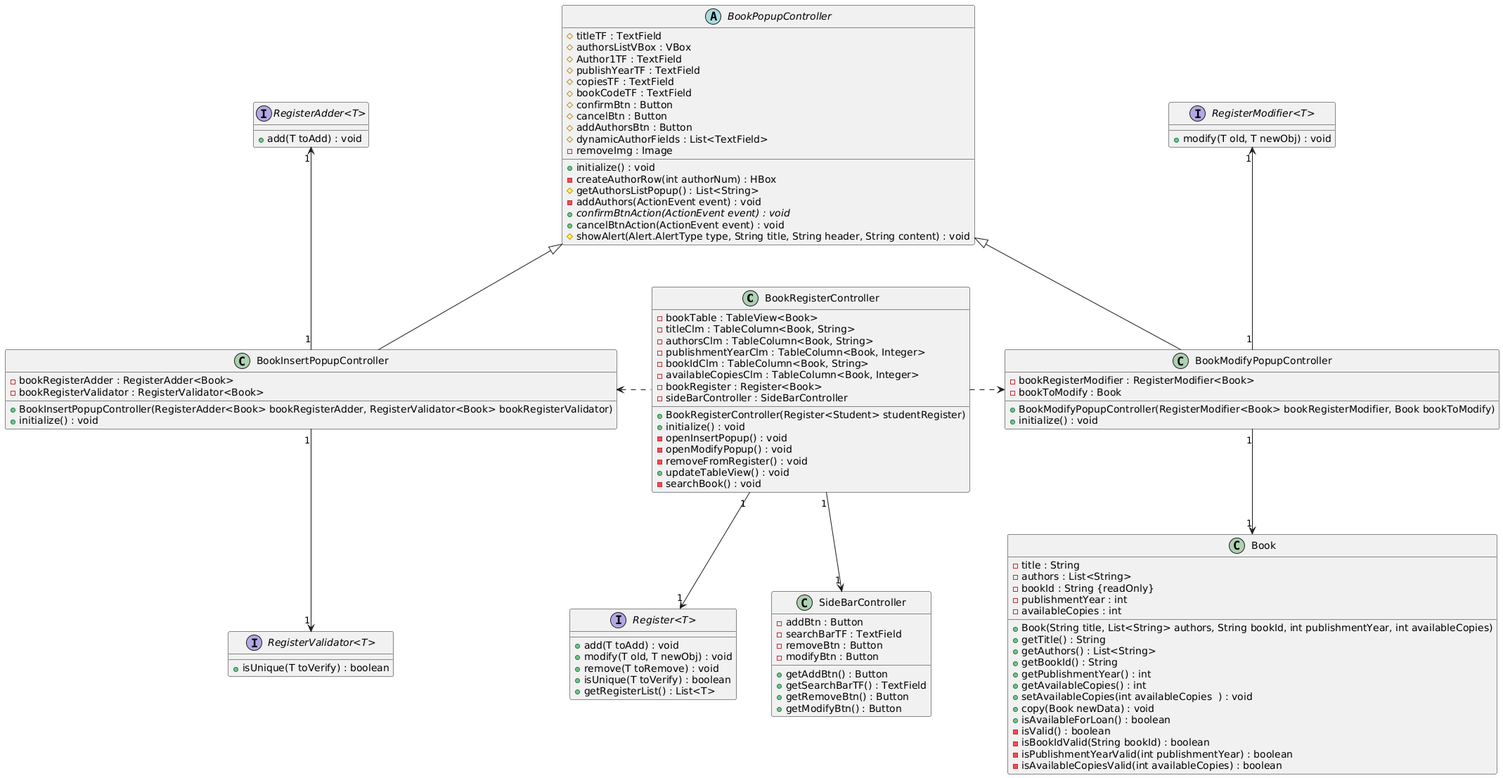
Earlier version of the PlantUML export docs/Class Diagrams/Detailed View/Complete Diagrams/BookRegisterControllerPerspective/BookRegisterControllerPerspective.png (cwke/LibraryManager).
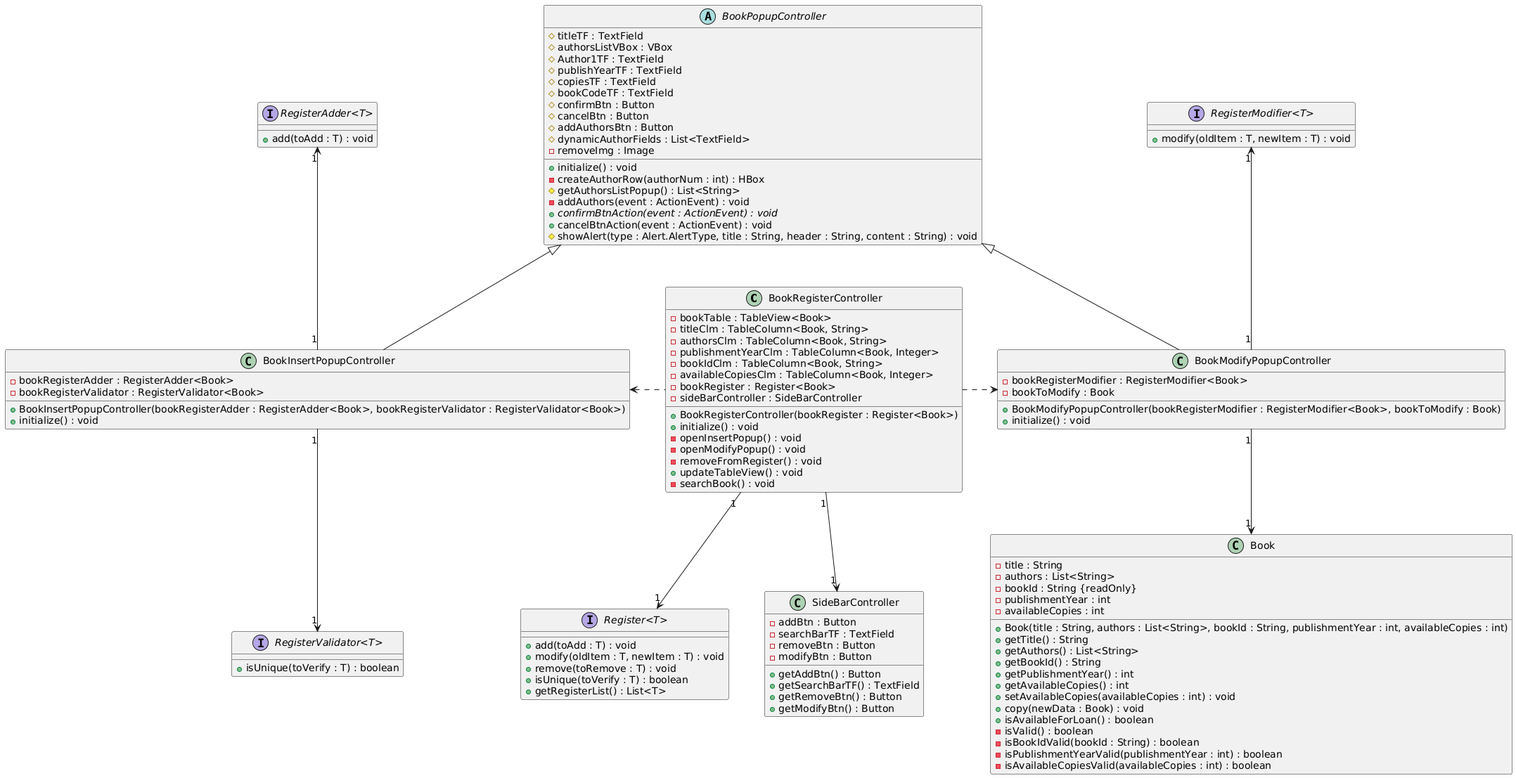
Above is the later version.

The edit, as a diff of the source:
```diff
@@ -17,8 +17,6 @@
 
 
 
-
-
 class Book {
     - title : String
     - authors : List<String>
@@ -26,39 +24,39 @@
     - publishmentYear : int
     - availableCopies : int
 
-    + Book(String title, List<String> authors, String bookId, int publishmentYear, int availableCopies)
+    + Book(title : String, authors : List<String>, bookId : String, publishmentYear : int, availableCopies : int)
     + getTitle() : String
     + getAuthors() : List<String>
     + getBookId() : String
     + getPublishmentYear() : int
     + getAvailableCopies() : int
-    + setAvailableCopies(int availableCopies  ) : void
-    + copy(Book newData) : void
+    + setAvailableCopies(availableCopies : int) : void
+    + copy(newData : Book) : void
     + isAvailableForLoan() : boolean
     - isValid() : boolean
-    - isBookIdValid(String bookId) : boolean
-    - isPublishmentYearValid(int publishmentYear) : boolean
-    - isAvailableCopiesValid(int availableCopies) : boolean
+    - isBookIdValid(bookId : String) : boolean
+    - isPublishmentYearValid(publishmentYear : int) : boolean
+    - isAvailableCopiesValid(availableCopies : int) : boolean
 }
 
 interface "Register<T>" {
-    + add(T toAdd) : void
-    + modify(T old, T newObj) : void
-    + remove(T toRemove) : void
-    + isUnique(T toVerify) : boolean
+    + add(toAdd : T) : void
+    + modify(oldItem : T, newItem : T) : void
+    + remove(toRemove : T) : void
+    + isUnique(toVerify : T) : boolean
     + getRegisterList() : List<T>
 }
 
 interface "RegisterAdder<T>" {
-    + add(T toAdd) : void
+    + add(toAdd : T) : void
 }
 
 interface "RegisterModifier<T>" {
-    + modify(T old, T newObj) : void
+    + modify(oldItem : T, newItem : T) : void
 }
 
 interface "RegisterValidator<T>" {
-    + isUnique(T toVerify) : boolean
+    + isUnique(toVerify : T) : boolean
 }
 
 class SideBarController {
@@ -83,7 +81,7 @@
     - bookRegister : Register<Book>
     - sideBarController : SideBarController
 
-    + BookRegisterController(Register<Student> studentRegister)
+    + BookRegisterController(bookRegister : Register<Book>)
     + initialize() : void
     - openInsertPopup() : void
     - openModifyPopup() : void
@@ -106,19 +104,19 @@
     - removeImg : Image
 
     + initialize() : void
-    - createAuthorRow(int authorNum) : HBox
+    - createAuthorRow(authorNum : int) : HBox
     # getAuthorsListPopup() : List<String>
-    - addAuthors(ActionEvent event) : void
-    + {abstract} confirmBtnAction(ActionEvent event) : void
-    + cancelBtnAction(ActionEvent event) : void
-    # showAlert(Alert.AlertType type, String title, String header, String content) : void
+    - addAuthors(event : ActionEvent) : void
+    + {abstract} confirmBtnAction(event : ActionEvent) : void
+    + cancelBtnAction(event : ActionEvent) : void
+    # showAlert(type : Alert.AlertType, title : String, header : String, content : String) : void
 }
 
 class BookInsertPopupController {
     - bookRegisterAdder : RegisterAdder<Book>
     - bookRegisterValidator : RegisterValidator<Book>
 
-    + BookInsertPopupController(RegisterAdder<Book> bookRegisterAdder, RegisterValidator<Book> bookRegisterValidator)
+    + BookInsertPopupController(bookRegisterAdder : RegisterAdder<Book>, bookRegisterValidator : RegisterValidator<Book>)
     + initialize() : void
 }
 
@@ -126,7 +124,7 @@
     - bookRegisterModifier : RegisterModifier<Book>
     - bookToModify : Book
 
-    + BookModifyPopupController(RegisterModifier<Book> bookRegisterModifier, Book bookToModify)
+    + BookModifyPopupController(bookRegisterModifier : RegisterModifier<Book>, bookToModify : Book)
     + initialize() : void
 }
 @enduml
```
